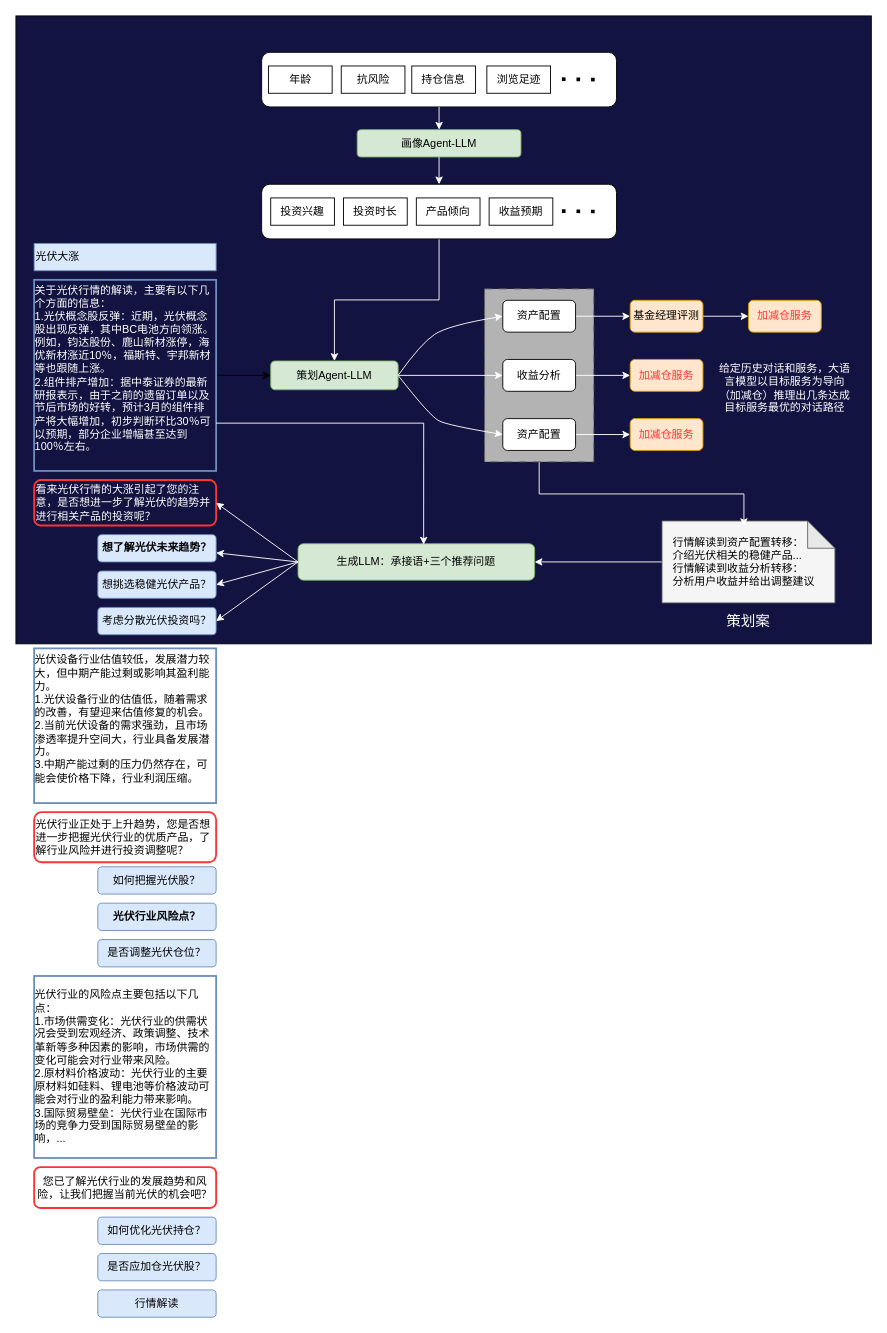
ZhangHammer/ZhangHammer keeps this draw.io diagram as 中心场服务引导.drawio. Above is the earlier version. Source tidied: cells renumbered, new cells numbered last; positions are measured from the earlier drawing's top-left corner, leaving out a move shared by most shapes. Both pictures are drawn from the tidied source at 91%, with x=0, y=0 at pixel (15, 15).
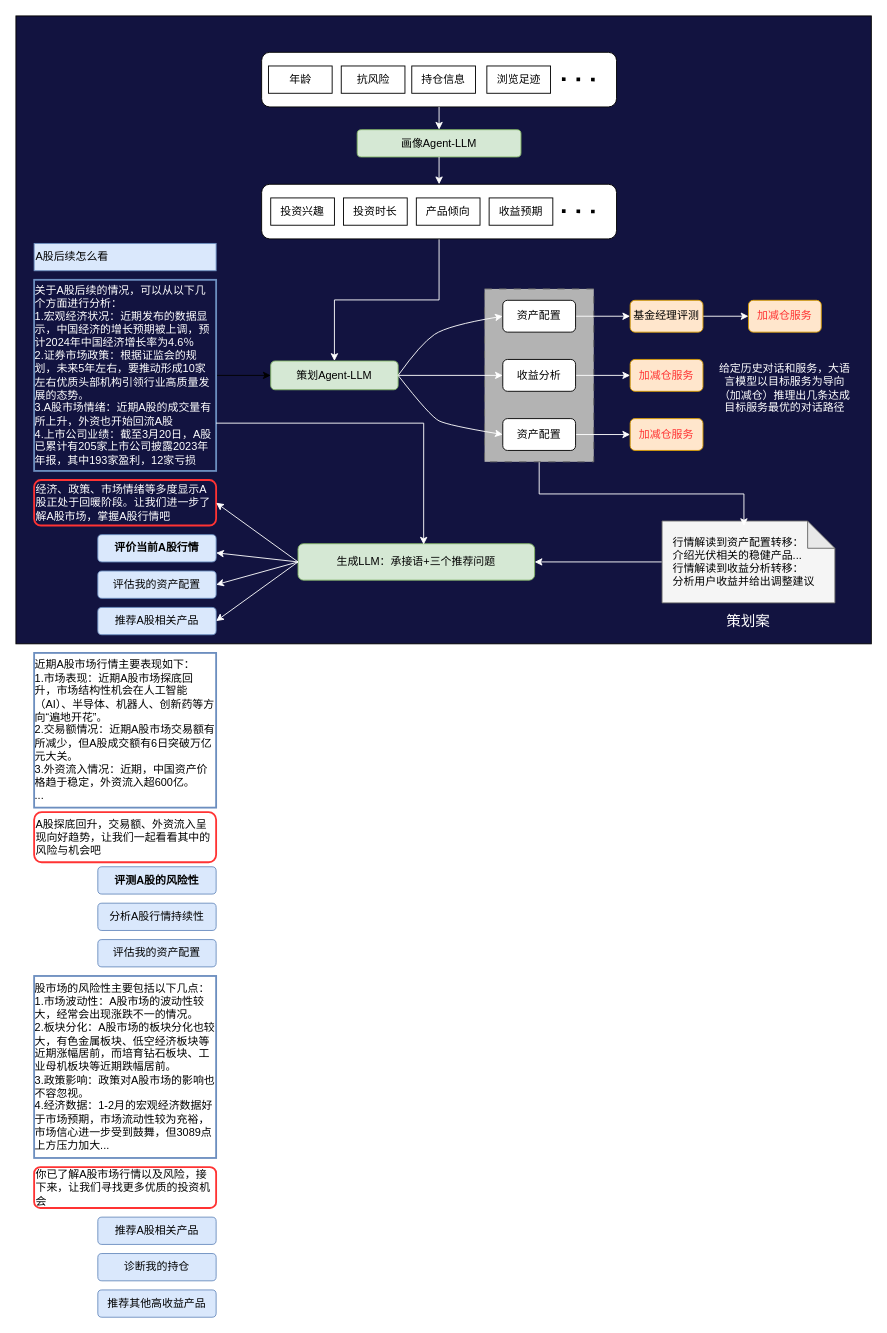
After the change.

Commit message:
中心场服务引导.drawio

What changed in the source:
```diff
@@
-    <mxCell id="3" value="光伏大涨" style="rounded=0;whiteSpace=wrap;html=1;align=left;fillColor=#dae8fc;strokeColor=#6c8ebf;" parent="1" vertex="1">
+    <mxCell id="3" value="A股后续怎么看" style="rounded=0;whiteSpace=wrap;html=1;align=left;fillColor=#dae8fc;strokeColor=#6c8ebf;" parent="1" vertex="1">
       <mxGeometry x="20" y="250" width="200" height="30" as="geometry" />
     </mxCell>
@@
-    <mxCell id="5" value="&lt;div style=&quot;text-align: left;&quot;&gt;&lt;font color=&quot;#ffffff&quot;&gt;关于光伏行情的解读，主要有以下几个方面的信息：&lt;/font&gt;&lt;/div&gt;&lt;div style=&quot;text-align: left;&quot;&gt;&lt;font color=&quot;#ffffff&quot;&gt;1.光伏概念股反弹：近期，光伏概念股出现反弹，其中BC电池方向领涨。例如，钧达股份、鹿山新材涨停，海优新材涨近10％，福斯特、宇邦新材等也跟随上涨。&lt;/font&gt;&lt;/div&gt;&lt;div style=&quot;text-align: left;&quot;&gt;&lt;font color=&quot;#ffffff&quot;&gt;2.组件排产增加：据中泰证券的最新研报表示，由于之前的遗留订单以及节后市场的好转，预计3月的组件排产将大幅增加，初步判断环比30％可以预期，部分企业增幅甚至达到100％左右。&lt;/font&gt;&lt;/div&gt;&lt;div&gt;&lt;br&gt;&lt;/div&gt;" style="rounded=0;whiteSpace=wrap;html=1;fillColor=none;strokeColor=#6c8ebf;strokeWidth=2;" parent="1" vertex="1">
+    <mxCell id="5" value="&lt;div style=&quot;text-align: left;&quot;&gt;&lt;font color=&quot;#ffffff&quot;&gt;关于A股后续的情况，可以从以下几个方面进行分析：&lt;/font&gt;&lt;/div&gt;&lt;div style=&quot;text-align: left;&quot;&gt;&lt;span style=&quot;background-color: initial; text-align: center;&quot;&gt;&lt;font color=&quot;#ffffff&quot;&gt;1.宏观经济状况：近期发布的数据显示，中国经济的增长预期被上调，预计2024年中国经济增长率为4.6％&lt;/font&gt;&lt;/span&gt;&lt;br&gt;&lt;/div&gt;&lt;div style=&quot;text-align: left;&quot;&gt;&lt;span style=&quot;background-color: initial; text-align: center;&quot;&gt;&lt;font color=&quot;#ffffff&quot;&gt;2.证券市场政策：根据证监会的规划，未来5年左右，要推动形成10家左右优质头部机构引领行业高质量发展的态势。&lt;br&gt;&lt;/font&gt;&lt;/span&gt;&lt;/div&gt;&lt;div style=&quot;text-align: left;&quot;&gt;&lt;span style=&quot;background-color: initial; text-align: center;&quot;&gt;&lt;font color=&quot;#ffffff&quot;&gt;3.A股市场情绪：近期A股的成交量有所上升，外资也开始回流A股&lt;br&gt;&lt;/font&gt;&lt;/span&gt;&lt;/div&gt;&lt;div style=&quot;text-align: left;&quot;&gt;&lt;span style=&quot;background-color: initial; text-align: center;&quot;&gt;&lt;font color=&quot;#ffffff&quot;&gt;4.上市公司业绩：截至3月20日，A股已累计有205家上市公司披露2023年年报，其中193家盈利，12家亏损&lt;br&gt;&lt;/font&gt;&lt;/span&gt;&lt;/div&gt;" style="rounded=0;whiteSpace=wrap;html=1;fillColor=none;strokeColor=#6c8ebf;strokeWidth=2;" parent="1" vertex="1">
       <mxGeometry x="20" y="290" width="200" height="210" as="geometry" />
     </mxCell>
-    <mxCell id="6" value="&lt;div class=&quot;lake-content&quot;&gt;&lt;strong&gt;想了解光伏未来趋势？&lt;/strong&gt;&lt;/div&gt;" style="rounded=1;whiteSpace=wrap;html=1;fillColor=#dae8fc;strokeColor=#6c8ebf;" parent="1" vertex="1">
+    <mxCell id="6" value="&lt;div class=&quot;lake-content&quot;&gt;&lt;strong&gt;评价当前A股行情&lt;/strong&gt;&lt;/div&gt;" style="rounded=1;whiteSpace=wrap;html=1;fillColor=#dae8fc;strokeColor=#6c8ebf;" parent="1" vertex="1">
       <mxGeometry x="90" y="570" width="130" height="30" as="geometry" />
     </mxCell>
-    <mxCell id="7" value="&lt;div class=&quot;lake-content&quot;&gt;&lt;div class=&quot;lake-content&quot;&gt;想挑选稳健光伏产品？&lt;/div&gt;&lt;/div&gt;" style="rounded=1;whiteSpace=wrap;html=1;fillColor=#dae8fc;strokeColor=#6c8ebf;" parent="1" vertex="1">
+    <mxCell id="7" value="&lt;div class=&quot;lake-content&quot;&gt;&lt;div class=&quot;lake-content&quot;&gt;评估我的资产配置&lt;/div&gt;&lt;/div&gt;" style="rounded=1;whiteSpace=wrap;html=1;fillColor=#dae8fc;strokeColor=#6c8ebf;" parent="1" vertex="1">
       <mxGeometry x="90" y="610" width="130" height="30" as="geometry" />
     </mxCell>
-    <mxCell id="8" value="&lt;div class=&quot;lake-content&quot;&gt;&lt;div class=&quot;lake-content&quot;&gt;&lt;div class=&quot;lake-content&quot;&gt;考虑分散光伏投资吗？&lt;/div&gt;&lt;/div&gt;&lt;/div&gt;" style="rounded=1;whiteSpace=wrap;html=1;fillColor=#dae8fc;strokeColor=#6c8ebf;" parent="1" vertex="1">
+    <mxCell id="8" value="&lt;div class=&quot;lake-content&quot;&gt;&lt;div class=&quot;lake-content&quot;&gt;&lt;div class=&quot;lake-content&quot;&gt;推荐A股相关产品&lt;/div&gt;&lt;/div&gt;&lt;/div&gt;" style="rounded=1;whiteSpace=wrap;html=1;fillColor=#dae8fc;strokeColor=#6c8ebf;" parent="1" vertex="1">
       <mxGeometry x="90" y="650" width="130" height="30" as="geometry" />
     </mxCell>
-    <mxCell id="9" value="&lt;div style=&quot;text-align: left;&quot;&gt;&lt;div&gt;光伏设备行业估值较低，发展潜力较大，但中期产能过剩或影响其盈利能力。&lt;/div&gt;&lt;div&gt;1.光伏设备行业的估值低，随着需求的改善，有望迎来估值修复的机会。&lt;/div&gt;&lt;div&gt;2.当前光伏设备的需求强劲，且市场渗透率提升空间大，行业具备发展潜力。&lt;/div&gt;&lt;div&gt;3.中期产能过剩的压力仍然存在，可能会使价格下降，行业利润压缩。&lt;/div&gt;&lt;/div&gt;&lt;div&gt;&lt;br&gt;&lt;/div&gt;" style="rounded=0;whiteSpace=wrap;html=1;fillColor=none;strokeColor=#6c8ebf;strokeWidth=2;" parent="1" vertex="1">
-      <mxGeometry x="20" y="695" width="200" height="170" as="geometry" />
+    <mxCell id="9" value="&lt;div style=&quot;text-align: left;&quot;&gt;&lt;div&gt;&lt;span style=&quot;background-color: initial;&quot;&gt;近期A股市场行情主要表现如下：&lt;/span&gt;&lt;/div&gt;&lt;div&gt;&lt;span style=&quot;background-color: initial;&quot;&gt;1.市场&lt;/span&gt;&lt;span style=&quot;background-color: initial;&quot;&gt;表现：近期A股市场探底回升，市场结构性机会在人工智能（AI）、半导体、机器人、创新药等方向“遍地开花”。&lt;/span&gt;&lt;/div&gt;&lt;div&gt;2.交易额情况：近期A股市场交易额有所减少，但A股成交额有6日突破万亿元大关。&lt;/div&gt;&lt;div&gt;3.外资流入情况：近期，中国资产价格趋于稳定，外资流入超600亿。&lt;/div&gt;&lt;div&gt;...&lt;/div&gt;&lt;/div&gt;" style="rounded=0;whiteSpace=wrap;html=1;fillColor=none;strokeColor=#6c8ebf;strokeWidth=2;" parent="1" vertex="1">
+      <mxGeometry x="20" y="700" width="200" height="170" as="geometry" />
     </mxCell>
-    <mxCell id="10" value="&lt;div class=&quot;lake-content&quot;&gt;&lt;div class=&quot;lake-content&quot;&gt;如何把握光伏股？&lt;/div&gt;&lt;/div&gt;" style="rounded=1;whiteSpace=wrap;html=1;fillColor=#dae8fc;strokeColor=#6c8ebf;" parent="1" vertex="1">
+    <mxCell id="10" value="&lt;div class=&quot;lake-content&quot;&gt;&lt;div class=&quot;lake-content&quot;&gt;&lt;b&gt;评测A股的风险性&lt;/b&gt;&lt;/div&gt;&lt;/div&gt;" style="rounded=1;whiteSpace=wrap;html=1;fillColor=#dae8fc;strokeColor=#6c8ebf;" parent="1" vertex="1">
       <mxGeometry x="90" y="935" width="130" height="30" as="geometry" />
     </mxCell>
-    <mxCell id="11" value="&lt;div class=&quot;lake-content&quot;&gt;&lt;div class=&quot;lake-content&quot;&gt;&lt;div class=&quot;lake-content&quot;&gt;&lt;strong&gt;光伏行业风险点？&lt;/strong&gt;&lt;/div&gt;&lt;/div&gt;&lt;/div&gt;" style="rounded=1;whiteSpace=wrap;html=1;fillColor=#dae8fc;strokeColor=#6c8ebf;" parent="1" vertex="1">
+    <mxCell id="11" value="&lt;div class=&quot;lake-content&quot;&gt;&lt;div class=&quot;lake-content&quot;&gt;&lt;div class=&quot;lake-content&quot;&gt;分析A股行情持续性&lt;br&gt;&lt;/div&gt;&lt;/div&gt;&lt;/div&gt;" style="rounded=1;whiteSpace=wrap;html=1;fillColor=#dae8fc;strokeColor=#6c8ebf;" parent="1" vertex="1">
       <mxGeometry x="90" y="975" width="130" height="30" as="geometry" />
     </mxCell>
-    <mxCell id="12" value="&lt;div class=&quot;lake-content&quot;&gt;&lt;div class=&quot;lake-content&quot;&gt;&lt;div class=&quot;lake-content&quot;&gt;是否调整光伏仓位？&lt;/div&gt;&lt;/div&gt;&lt;/div&gt;" style="rounded=1;whiteSpace=wrap;html=1;fillColor=#dae8fc;strokeColor=#6c8ebf;" parent="1" vertex="1">
+    <mxCell id="12" value="&lt;div class=&quot;lake-content&quot;&gt;&lt;div class=&quot;lake-content&quot;&gt;&lt;div class=&quot;lake-content&quot;&gt;评估我的资产配置&lt;/div&gt;&lt;/div&gt;&lt;/div&gt;" style="rounded=1;whiteSpace=wrap;html=1;fillColor=#dae8fc;strokeColor=#6c8ebf;" parent="1" vertex="1">
       <mxGeometry x="90" y="1015" width="130" height="30" as="geometry" />
     </mxCell>
-    <mxCell id="13" value="&lt;div style=&quot;text-align: left;&quot;&gt;&lt;div&gt;&lt;br&gt;&lt;/div&gt;&lt;div&gt;&lt;br&gt;&lt;/div&gt;&lt;div&gt;光伏行业的风险点主要包括以下几点：&lt;/div&gt;&lt;div&gt;1.市场供需变化：光伏行业的供需状况会受到宏观经济、政策调整、技术革新等多种因素的影响，市场供需的变化可能会对行业带来风险。&lt;/div&gt;&lt;div&gt;2.原材料价格波动：光伏行业的主要原材料如硅料、锂电池等价格波动可能会对行业的盈利能力带来影响。&lt;/div&gt;&lt;div&gt;3.国际贸易壁垒：光伏行业在国际市场的竞争力受到国际贸易壁垒的影响，...&lt;/div&gt;&lt;div&gt;&lt;br&gt;&lt;/div&gt;&lt;/div&gt;&lt;div&gt;&lt;br&gt;&lt;/div&gt;" style="rounded=0;whiteSpace=wrap;html=1;fillColor=none;strokeColor=#6c8ebf;strokeWidth=2;" parent="1" vertex="1">
+    <mxCell id="13" value="&lt;div style=&quot;text-align: left;&quot;&gt;&lt;div&gt;&lt;br&gt;&lt;/div&gt;&lt;div&gt;&lt;br&gt;&lt;/div&gt;&lt;div&gt;股市场的风险性主要包括以下几点：&lt;/div&gt;&lt;div&gt;1.市场波动性：A股市场的波动性较大，经常会出现涨跌不一的情况。&lt;/div&gt;&lt;div&gt;2.板块分化：A股市场的板块分化也较大，有色金属板块、低空经济板块等近期涨幅居前，而培育钻石板块、工业母机板块等近期跌幅居前。&lt;/div&gt;&lt;div&gt;3.政策影响：政策对A股市场的影响也不容忽视。&lt;/div&gt;&lt;div&gt;4.经济数据：1-2月的宏观经济数据好于市场预期，市场流动性较为充裕，市场信心进一步受到鼓舞，但3089点上方压力加大...&lt;/div&gt;&lt;div&gt;&lt;br&gt;&lt;/div&gt;&lt;/div&gt;&lt;div&gt;&lt;br&gt;&lt;/div&gt;" style="rounded=0;whiteSpace=wrap;html=1;fillColor=none;strokeColor=#6c8ebf;strokeWidth=2;" parent="1" vertex="1">
       <mxGeometry x="20" y="1055" width="200" height="200" as="geometry" />
     </mxCell>
-    <mxCell id="14" value="&lt;div class=&quot;lake-content&quot;&gt;&lt;div class=&quot;lake-content&quot;&gt;&lt;div class=&quot;lake-content&quot;&gt;如何优化光伏持仓？&lt;/div&gt;&lt;/div&gt;&lt;/div&gt;" style="rounded=1;whiteSpace=wrap;html=1;fillColor=#dae8fc;strokeColor=#6c8ebf;" parent="1" vertex="1">
+    <mxCell id="14" value="&lt;div class=&quot;lake-content&quot;&gt;&lt;div class=&quot;lake-content&quot;&gt;&lt;div class=&quot;lake-content&quot;&gt;推荐A股相关产品&lt;/div&gt;&lt;/div&gt;&lt;/div&gt;" style="rounded=1;whiteSpace=wrap;html=1;fillColor=#dae8fc;strokeColor=#6c8ebf;" parent="1" vertex="1">
       <mxGeometry x="90" y="1320" width="130" height="30" as="geometry" />
     </mxCell>
-    <mxCell id="15" value="&lt;div class=&quot;lake-content&quot;&gt;&lt;div class=&quot;lake-content&quot;&gt;&lt;div class=&quot;lake-content&quot;&gt;&lt;div class=&quot;lake-content&quot;&gt;是否应加仓光伏股？&lt;/div&gt;&lt;/div&gt;&lt;/div&gt;&lt;/div&gt;" style="rounded=1;whiteSpace=wrap;html=1;fillColor=#dae8fc;strokeColor=#6c8ebf;" parent="1" vertex="1">
+    <mxCell id="15" value="&lt;div class=&quot;lake-content&quot;&gt;&lt;div class=&quot;lake-content&quot;&gt;&lt;div class=&quot;lake-content&quot;&gt;&lt;div class=&quot;lake-content&quot;&gt;诊断我的持仓&lt;/div&gt;&lt;/div&gt;&lt;/div&gt;&lt;/div&gt;" style="rounded=1;whiteSpace=wrap;html=1;fillColor=#dae8fc;strokeColor=#6c8ebf;" parent="1" vertex="1">
       <mxGeometry x="90" y="1360" width="130" height="30" as="geometry" />
     </mxCell>
-    <mxCell id="16" value="&lt;div class=&quot;lake-content&quot;&gt;&lt;div class=&quot;lake-content&quot;&gt;&lt;div class=&quot;lake-content&quot;&gt;&lt;div class=&quot;lake-content&quot;&gt;行情解读&lt;/div&gt;&lt;/div&gt;&lt;/div&gt;&lt;/div&gt;" style="rounded=1;whiteSpace=wrap;html=1;fillColor=#dae8fc;strokeColor=#6c8ebf;" parent="1" vertex="1">
+    <mxCell id="16" value="&lt;div class=&quot;lake-content&quot;&gt;&lt;div class=&quot;lake-content&quot;&gt;&lt;div class=&quot;lake-content&quot;&gt;&lt;div class=&quot;lake-content&quot;&gt;推荐其他高收益产品&lt;/div&gt;&lt;/div&gt;&lt;/div&gt;&lt;/div&gt;" style="rounded=1;whiteSpace=wrap;html=1;fillColor=#dae8fc;strokeColor=#6c8ebf;" parent="1" vertex="1">
       <mxGeometry x="90" y="1400" width="130" height="30" as="geometry" />
     </mxCell>
-    <mxCell id="17" value="&lt;div class=&quot;lake-content&quot;&gt;&lt;font color=&quot;#ffffff&quot;&gt;看来光伏行情的大涨引起了您的注意，是否想进一步了解光伏的趋势并进行相关产品的投资呢？&lt;/font&gt;&lt;/div&gt;" style="rounded=1;whiteSpace=wrap;html=1;fillColor=none;strokeColor=#FF3333;strokeWidth=2;align=left;" parent="1" vertex="1">
+    <mxCell id="17" value="&lt;div class=&quot;lake-content&quot;&gt;&lt;font color=&quot;#ffffff&quot;&gt;经济、政策、市场情绪等多度显示A股正处于回暖阶段。让我们进一步了解A股市场，掌握A股行情吧&lt;/font&gt;&lt;/div&gt;" style="rounded=1;whiteSpace=wrap;html=1;fillColor=none;strokeColor=#FF3333;strokeWidth=2;align=left;" parent="1" vertex="1">
       <mxGeometry x="20" y="510" width="200" height="50" as="geometry" />
     </mxCell>
-    <mxCell id="18" value="&lt;div class=&quot;lake-content&quot;&gt;&lt;div class=&quot;lake-content&quot;&gt;光伏行业正处于上升趋势，您是否想进一步把握光伏行业的优质产品，了解行业风险并进行投资调整呢？&lt;/div&gt;&lt;/div&gt;" style="rounded=1;whiteSpace=wrap;html=1;fillColor=none;strokeColor=#FF3333;strokeWidth=2;align=left;" parent="1" vertex="1">
+    <mxCell id="18" value="&lt;div class=&quot;lake-content&quot;&gt;&lt;div class=&quot;lake-content&quot;&gt;A股探底回升，交易额、外资流入呈现向好趋势，让我们一起看看其中的风险与机会吧&lt;/div&gt;&lt;/div&gt;" style="rounded=1;whiteSpace=wrap;html=1;fillColor=none;strokeColor=#FF3333;strokeWidth=2;align=left;" parent="1" vertex="1">
       <mxGeometry x="20" y="875" width="200" height="55" as="geometry" />
     </mxCell>
-    <mxCell id="19" value="&lt;div class=&quot;lake-content&quot;&gt;&lt;div class=&quot;lake-content&quot;&gt;您已了解光伏行业的发展趋势和风险，让我们把握当前光伏的机会吧？&lt;/div&gt;&lt;/div&gt;" style="rounded=1;whiteSpace=wrap;html=1;fillColor=none;strokeColor=#FF3333;strokeWidth=2;" parent="1" vertex="1">
+    <mxCell id="19" value="&lt;div class=&quot;lake-content&quot;&gt;&lt;div class=&quot;lake-content&quot;&gt;你已了解A股市场行情以及风险，接下来，让我们寻找更多优质的投资机会&lt;/div&gt;&lt;/div&gt;" style="rounded=1;whiteSpace=wrap;html=1;fillColor=none;strokeColor=#FF3333;strokeWidth=2;align=left;" parent="1" vertex="1">
       <mxGeometry x="20" y="1265" width="200" height="45" as="geometry" />
     </mxCell>
```
